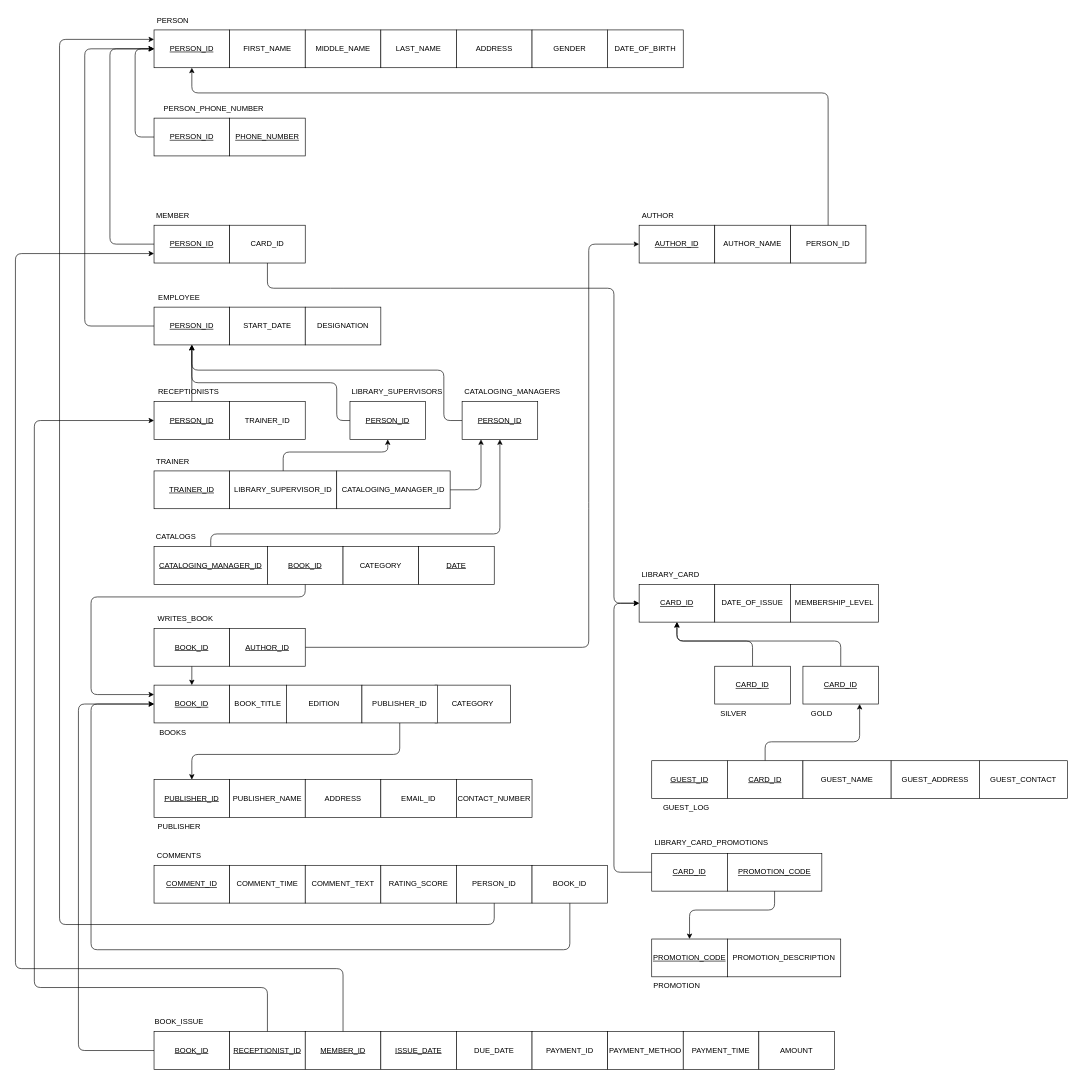
Before: LogicalDatabaseDesign/logicaldesign.drawio in srimanth-yarlagadda/database-design-project, a draw.io diagram. Source tidied: cells renumbered, new cells numbered last; positions are measured from the earlier drawing's top-left corner, leaving out a move shared by most shapes. Both pictures are drawn from the tidied source at 63%, with x=0, y=0 at pixel (15, 11).
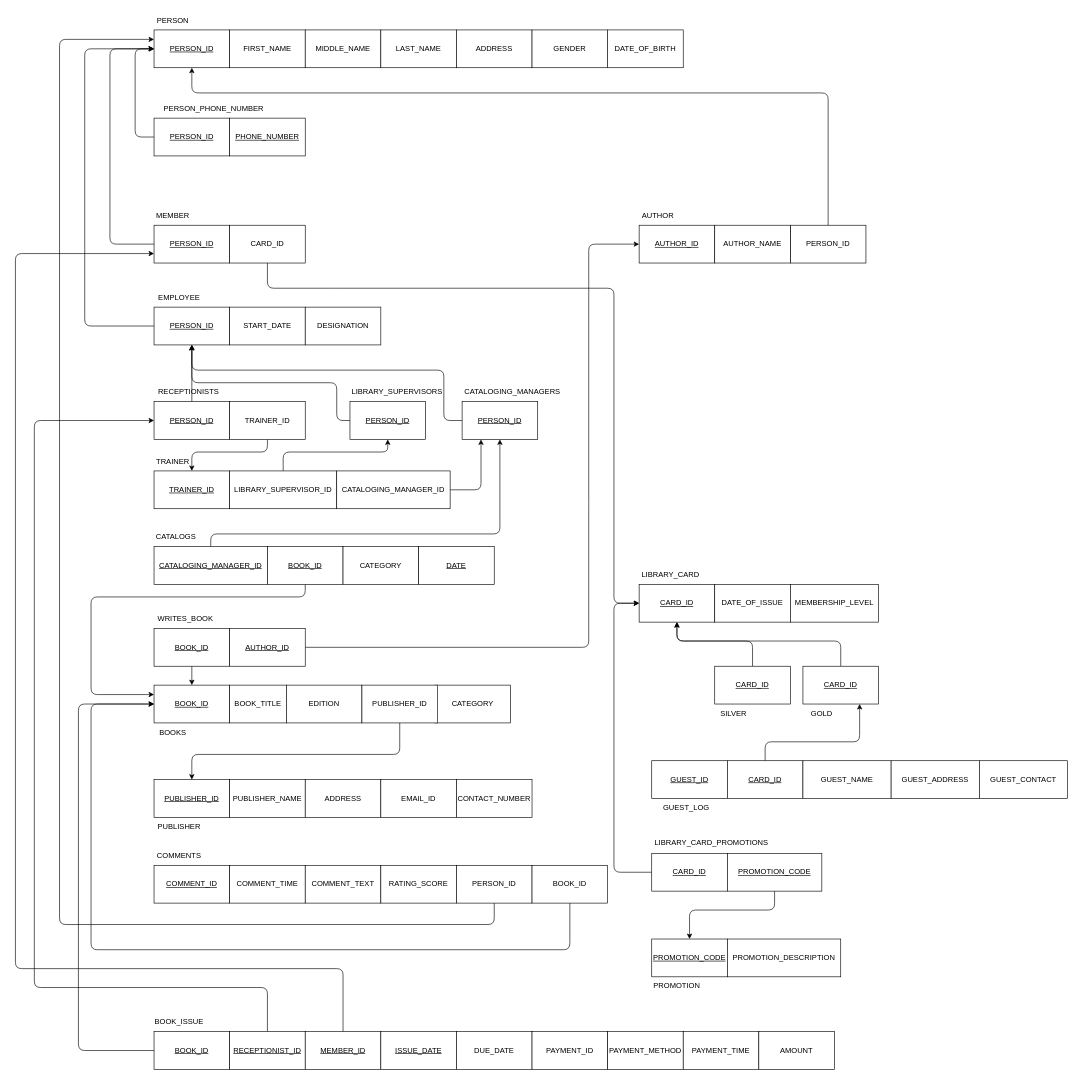
Above is the later version.

Commit message:
Corrected trainer type and added missing entities

The change refers to these unchanged cells:
```xml
<mxCell id="113" value="TRAINER_ID" style="rounded=0;whiteSpace=wrap;html=1;" parent="1" vertex="1">
  <mxGeometry x="340" y="620" width="120" height="60" as="geometry" />
</mxCell>
<mxCell id="118" value="&lt;u&gt;TRAINER_ID&lt;/u&gt;" style="rounded=0;whiteSpace=wrap;html=1;" parent="1" vertex="1">
  <mxGeometry x="220" y="730" width="120" height="60" as="geometry" />
</mxCell>
```

The edit, as a diff of the source:
```diff
@@
+    <mxCell id="124" style="edgeStyle=none;jumpStyle=arc;jumpSize=12;html=1;exitX=0.5;exitY=1;exitDx=0;exitDy=0;entryX=0.5;entryY=0;entryDx=0;entryDy=0;" parent="1" edge="1" source="113" target="118">
+      <mxGeometry relative="1" as="geometry">
+        <Array as="points">
+          <mxPoint x="400" y="700" />
+          <mxPoint x="280" y="700" />
+        </Array>
+      </mxGeometry>
+    </mxCell>
```
